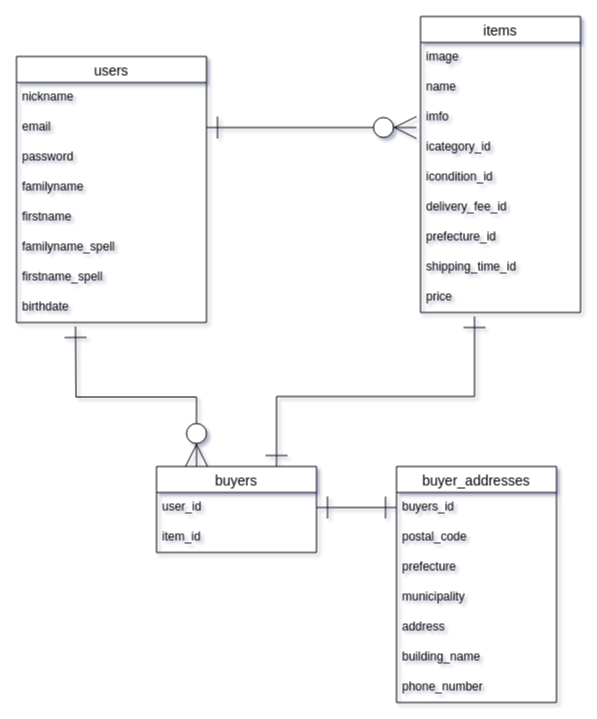
The draw.io diagram furima-33950.dio in tech-hack-rich/furima-33950, before the edit. Source tidied: cells renumbered, new cells numbered last; positions are measured from the earlier drawing's top-left corner, leaving out a move shared by most shapes. Both pictures are drawn from the tidied source at 100%, with x=0, y=0 at pixel (16, 16).
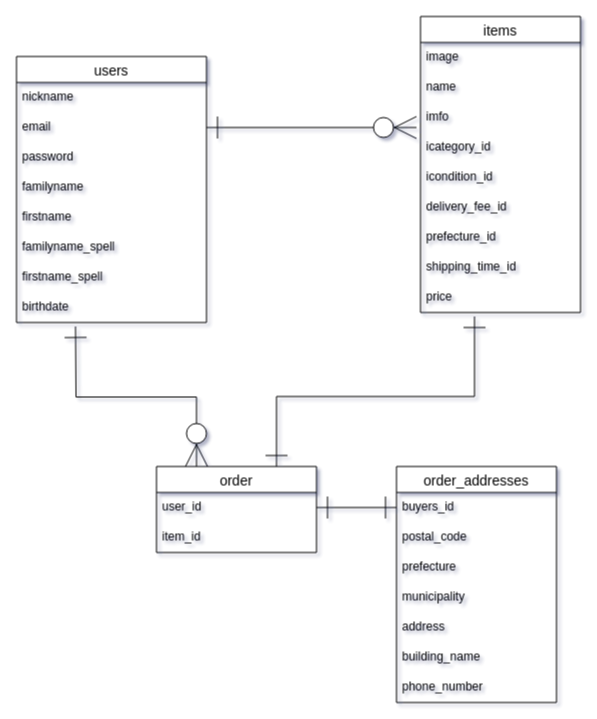
The same diagram, later.

Change to the diagram source:
```diff
@@
-    <mxCell id="23" value="buyers" style="swimlane;fontStyle=0;horizontal=1;startSize=26;align=center;fontSize=14;" parent="1" vertex="1">
+    <mxCell id="23" value="order" style="swimlane;fontStyle=0;horizontal=1;startSize=26;align=center;fontSize=14;" parent="1" vertex="1">
       <mxGeometry x="140" y="450" width="160" height="86" as="geometry" />
     </mxCell>
@@
-    <mxCell id="26" value="buyer_addresses" style="swimlane;fontStyle=0;horizontal=1;startSize=26;align=center;fontSize=14;" parent="1" vertex="1">
+    <mxCell id="26" value="order_addresses" style="swimlane;fontStyle=0;horizontal=1;startSize=26;align=center;fontSize=14;" parent="1" vertex="1">
       <mxGeometry x="380" y="450" width="160" height="236" as="geometry" />
     </mxCell>
```
